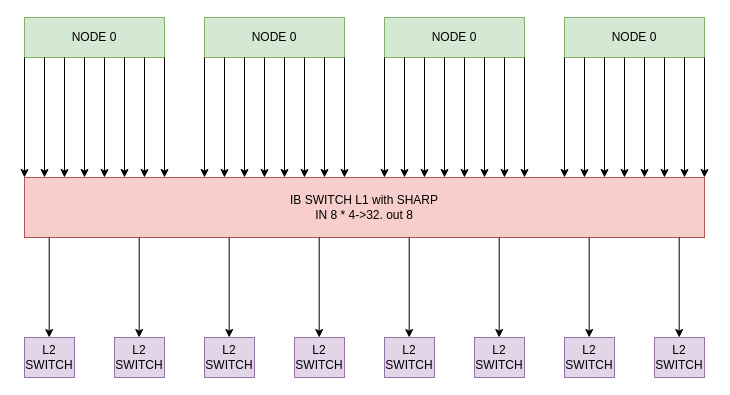
The draw.io diagram OAM_Super_node.drawio in BEYHHH/SBLP, before the edit. Source tidied: cells renumbered, new cells numbered last; positions are measured from the earlier drawing's top-left corner, leaving out a move shared by most shapes. Both pictures are drawn from the tidied source at 100%, with x=0, y=0 at pixel (24, 17).
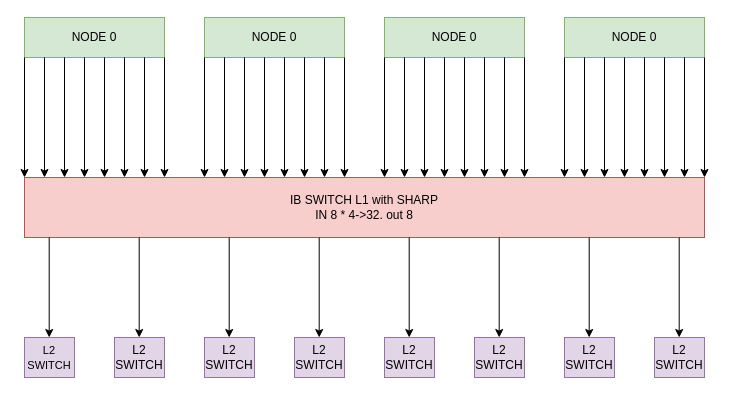
The same diagram, later.

Change to the diagram source:
```diff
@@
-    <mxCell id="39" value="L2&lt;br&gt;SWITCH" style="rounded=0;whiteSpace=wrap;html=1;fillColor=#e1d5e7;strokeColor=#9673a6;" parent="1" vertex="1">
+    <mxCell id="39" value="&lt;font style=&quot;font-size: 11px;&quot;&gt;L2&lt;br style=&quot;font-size: 11px;&quot;&gt;SWITCH&lt;br&gt;&lt;/font&gt;" style="rounded=0;whiteSpace=wrap;html=1;fillColor=#e1d5e7;strokeColor=#9673a6;" parent="1" vertex="1">
       <mxGeometry y="320" width="50" height="40" as="geometry" />
     </mxCell>
```
